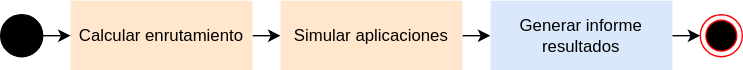
Earlier version of the draw.io export Diagramas/Flujo/tec-general.svg (davidpcuvigo/quantumcity). Source tidied: cells renumbered, new cells last; positions are measured from the earlier drawing's top-left corner, leaving out a move shared by most shapes. Source of this version:
```xml
<mxGraphModel>
  <root>
    <mxCell id="0" />
    <mxCell id="1" parent="0" />
    <mxCell id="2" style="edgeStyle=orthogonalEdgeStyle;rounded=0;jettySize=auto;html=1;exitX=1;exitY=0.5;exitDx=0;exitDy=0;entryX=0;entryY=0.5;entryDx=0;entryDy=0;" parent="1" edge="1" source="3" target="5">
      <mxGeometry relative="1" as="geometry" />
    </mxCell>
    <mxCell id="3" value="Calcular enrutamiento" style="rounded=0;whiteSpace=wrap;html=1;fillColor=#ffe6cc;strokeColor=none;" parent="1" vertex="1">
      <mxGeometry x="50" width="130" height="50" as="geometry" />
    </mxCell>
    <mxCell id="4" style="edgeStyle=orthogonalEdgeStyle;rounded=0;jettySize=auto;html=1;exitX=1;exitY=0.5;exitDx=0;exitDy=0;entryX=0;entryY=0.5;entryDx=0;entryDy=0;" parent="1" edge="1" source="5" target="10">
      <mxGeometry relative="1" as="geometry" />
    </mxCell>
    <mxCell id="5" value="Simular aplicaciones" style="rounded=0;whiteSpace=wrap;html=1;fillColor=#ffe6cc;strokeColor=none;" parent="1" vertex="1">
      <mxGeometry x="200" width="130" height="50" as="geometry" />
    </mxCell>
    <mxCell id="6" style="ellipse;html=1;shape=endState;fillColor=#000000;strokeColor=#ff0000;" parent="1" vertex="1">
      <mxGeometry x="500" y="10" width="30" height="30" as="geometry" />
    </mxCell>
    <mxCell id="7" style="edgeStyle=orthogonalEdgeStyle;rounded=0;jettySize=auto;html=1;exitX=1;exitY=0.5;exitDx=0;exitDy=0;entryX=0;entryY=0.5;entryDx=0;entryDy=0;" parent="1" edge="1" source="8" target="3">
      <mxGeometry relative="1" as="geometry" />
    </mxCell>
    <mxCell id="8" style="ellipse;whiteSpace=wrap;html=1;fillColor=#000000;" parent="1" vertex="1">
      <mxGeometry y="10" width="30" height="30" as="geometry" />
    </mxCell>
    <mxCell id="9" style="edgeStyle=orthogonalEdgeStyle;rounded=0;jettySize=auto;html=1;exitX=1;exitY=0.5;exitDx=0;exitDy=0;entryX=0;entryY=0.5;entryDx=0;entryDy=0;" parent="1" edge="1" source="10" target="6">
      <mxGeometry relative="1" as="geometry" />
    </mxCell>
    <mxCell id="10" value="Generar informe resultados" style="rounded=0;whiteSpace=wrap;html=1;fillColor=#dae8fc;strokeColor=none;" parent="1" vertex="1">
      <mxGeometry x="350" width="130" height="50" as="geometry" />
    </mxCell>
  </root>
</mxGraphModel>
```
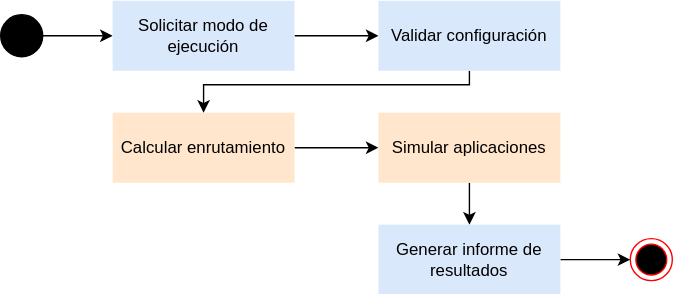
Above is the later version.

What changed in the source:
```diff
@@ -6,28 +6,45 @@
       <mxGeometry relative="1" as="geometry" />
     </mxCell>
     <mxCell id="3" value="Calcular enrutamiento" style="rounded=0;whiteSpace=wrap;html=1;fillColor=#ffe6cc;strokeColor=none;" parent="1" vertex="1">
-      <mxGeometry x="50" width="130" height="50" as="geometry" />
+      <mxGeometry x="80" y="20" width="130" height="50" as="geometry" />
     </mxCell>
-    <mxCell id="4" style="edgeStyle=orthogonalEdgeStyle;rounded=0;jettySize=auto;html=1;exitX=1;exitY=0.5;exitDx=0;exitDy=0;entryX=0;entryY=0.5;entryDx=0;entryDy=0;" parent="1" edge="1" source="5" target="10">
-      <mxGeometry relative="1" as="geometry" />
-    </mxCell>
+    <mxCell id="11" style="edgeStyle=orthogonalEdgeStyle;rounded=0;jettySize=auto;html=1;exitX=0.5;exitY=1;exitDx=0;exitDy=0;entryX=0.5;entryY=0;entryDx=0;entryDy=0;" parent="1" edge="1" source="5" target="16">
+      <mxGeometry relative="1" as="geometry" />
+    </mxCell>
     <mxCell id="5" value="Simular aplicaciones" style="rounded=0;whiteSpace=wrap;html=1;fillColor=#ffe6cc;strokeColor=none;" parent="1" vertex="1">
-      <mxGeometry x="200" width="130" height="50" as="geometry" />
+      <mxGeometry x="270" y="20" width="130" height="50" as="geometry" />
     </mxCell>
     <mxCell id="6" style="ellipse;html=1;shape=endState;fillColor=#000000;strokeColor=#ff0000;" parent="1" vertex="1">
-      <mxGeometry x="500" y="10" width="30" height="30" as="geometry" />
+      <mxGeometry x="450" y="110" width="30" height="30" as="geometry" />
     </mxCell>
-    <mxCell id="7" style="edgeStyle=orthogonalEdgeStyle;rounded=0;jettySize=auto;html=1;exitX=1;exitY=0.5;exitDx=0;exitDy=0;entryX=0;entryY=0.5;entryDx=0;entryDy=0;" parent="1" edge="1" source="8" target="3">
-      <mxGeometry relative="1" as="geometry" />
-    </mxCell>
+    <mxCell id="12" style="edgeStyle=orthogonalEdgeStyle;rounded=0;jettySize=auto;html=1;exitX=1;exitY=0.5;exitDx=0;exitDy=0;entryX=0;entryY=0.5;entryDx=0;entryDy=0;" parent="1" edge="1" source="8" target="14">
+      <mxGeometry relative="1" as="geometry" />
+    </mxCell>
     <mxCell id="8" style="ellipse;whiteSpace=wrap;html=1;fillColor=#000000;" parent="1" vertex="1">
-      <mxGeometry y="10" width="30" height="30" as="geometry" />
+      <mxGeometry y="-50" width="30" height="30" as="geometry" />
     </mxCell>
-    <mxCell id="9" style="edgeStyle=orthogonalEdgeStyle;rounded=0;jettySize=auto;html=1;exitX=1;exitY=0.5;exitDx=0;exitDy=0;entryX=0;entryY=0.5;entryDx=0;entryDy=0;" parent="1" edge="1" source="10" target="6">
-      <mxGeometry relative="1" as="geometry" />
-    </mxCell>
-    <mxCell id="10" value="Generar informe resultados" style="rounded=0;whiteSpace=wrap;html=1;fillColor=#dae8fc;strokeColor=none;" parent="1" vertex="1">
-      <mxGeometry x="350" width="130" height="50" as="geometry" />
-    </mxCell>
+    <mxCell id="13" style="edgeStyle=orthogonalEdgeStyle;rounded=0;jettySize=auto;html=1;exitX=1;exitY=0.5;exitDx=0;exitDy=0;entryX=0;entryY=0.5;entryDx=0;entryDy=0;" parent="1" edge="1" source="14" target="18">
+      <mxGeometry relative="1" as="geometry" />
+    </mxCell>
+    <mxCell id="14" value="Solicitar modo de ejecución" style="rounded=0;whiteSpace=wrap;html=1;fillColor=#dae8fc;strokeColor=none;" parent="1" vertex="1">
+      <mxGeometry x="80" y="-60" width="130" height="50" as="geometry" />
+    </mxCell>
+    <mxCell id="15" style="edgeStyle=orthogonalEdgeStyle;rounded=0;jettySize=auto;html=1;exitX=1;exitY=0.5;exitDx=0;exitDy=0;" parent="1" edge="1" source="16" target="6">
+      <mxGeometry relative="1" as="geometry" />
+    </mxCell>
+    <mxCell id="16" value="Generar informe de resultados" style="rounded=0;whiteSpace=wrap;html=1;fillColor=#dae8fc;strokeColor=none;" parent="1" vertex="1">
+      <mxGeometry x="270" y="100" width="130" height="50" as="geometry" />
+    </mxCell>
+    <mxCell id="17" style="edgeStyle=orthogonalEdgeStyle;rounded=0;jettySize=auto;html=1;exitX=0.5;exitY=1;exitDx=0;exitDy=0;entryX=0.5;entryY=0;entryDx=0;entryDy=0;" parent="1" edge="1" source="18" target="3">
+      <mxGeometry relative="1" as="geometry">
+        <Array as="points">
+          <mxPoint x="335" />
+          <mxPoint x="145" />
+        </Array>
+      </mxGeometry>
+    </mxCell>
+    <mxCell id="18" value="Validar configuración" style="rounded=0;whiteSpace=wrap;html=1;fillColor=#dae8fc;strokeColor=none;" parent="1" vertex="1">
+      <mxGeometry x="270" y="-60" width="130" height="50" as="geometry" />
+    </mxCell>
   </root>
 </mxGraphModel>
```
